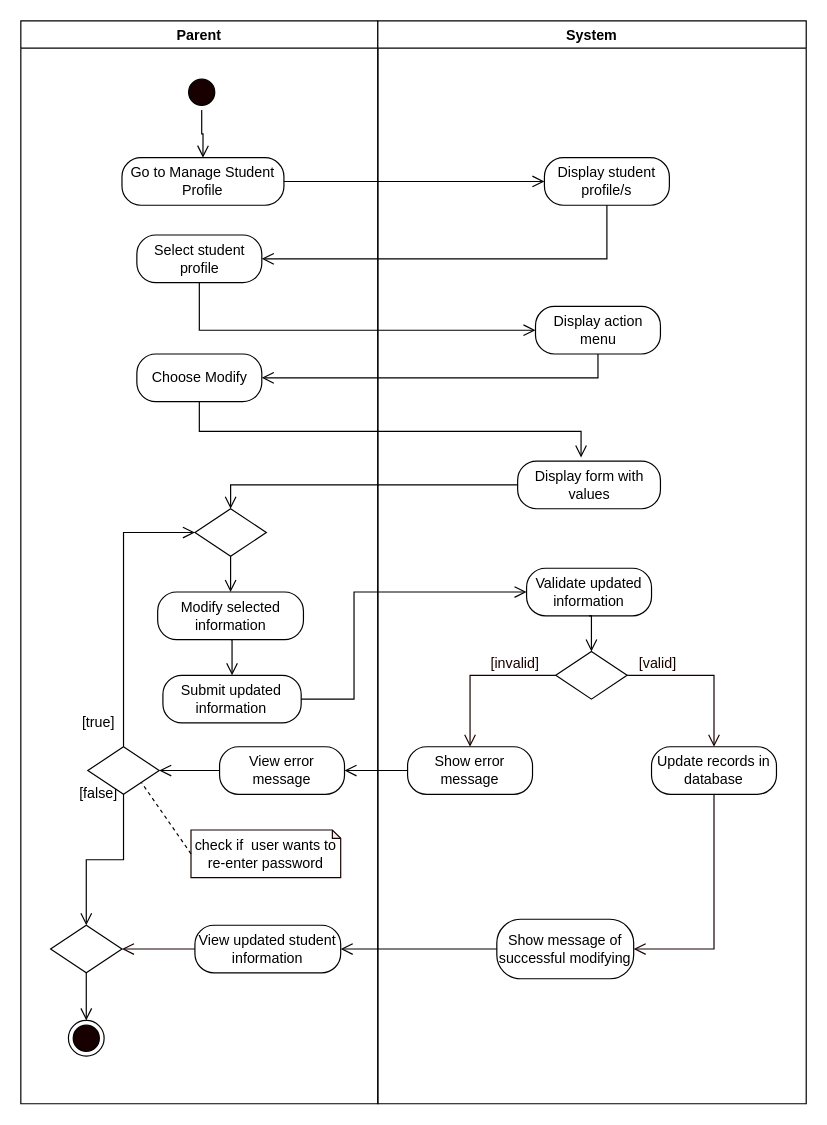
mrklglsn/CAPSTONE-FILES keeps this draw.io diagram as page "Modify Student Profile" (3 of 12) of REVISIONS/UML-DIAGRAMS/6-28-2021/ACTIVITY DIAGRAM/ACTIVITY DIAGRAM.drawio. Above is the earlier version. Source tidied: cells renumbered, new cells numbered last; positions are measured from the earlier drawing's top-left corner, leaving out a move shared by most shapes. Both pictures are drawn from the tidied source at 119%, with x=0, y=0 at pixel (20, 20).
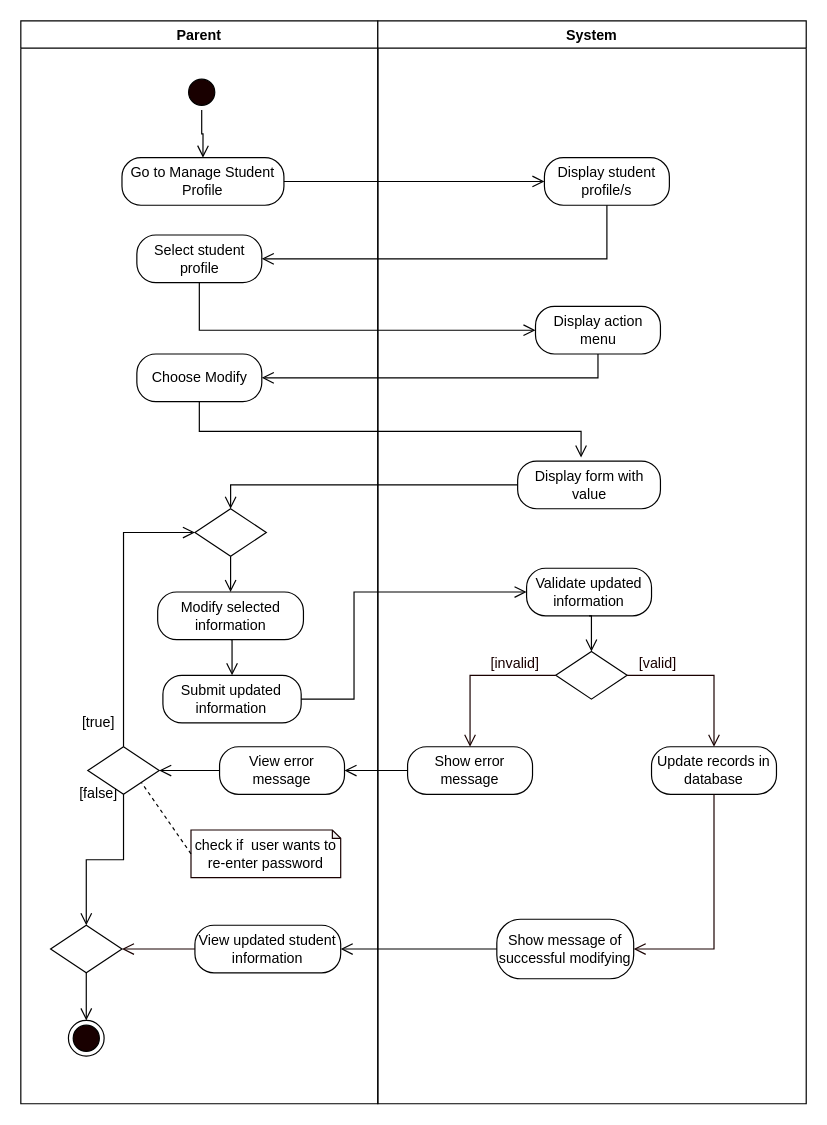
The same diagram, later.

The change refers to these unchanged cells:
```xml
<mxCell id="25" value="System" style="swimlane;" parent="1" vertex="1">
  <mxGeometry x="300" width="360" height="910" as="geometry" />
</mxCell>
```

Change to the diagram source:
```diff
@@
-    <mxCell id="36" value="Display form with values" style="rounded=1;whiteSpace=wrap;html=1;arcSize=40;" parent="25" vertex="1">
+    <mxCell id="36" value="Display form with value" style="rounded=1;whiteSpace=wrap;html=1;arcSize=40;" parent="25" vertex="1">
       <mxGeometry x="117.5" y="370" width="120" height="40" as="geometry" />
     </mxCell>
```
